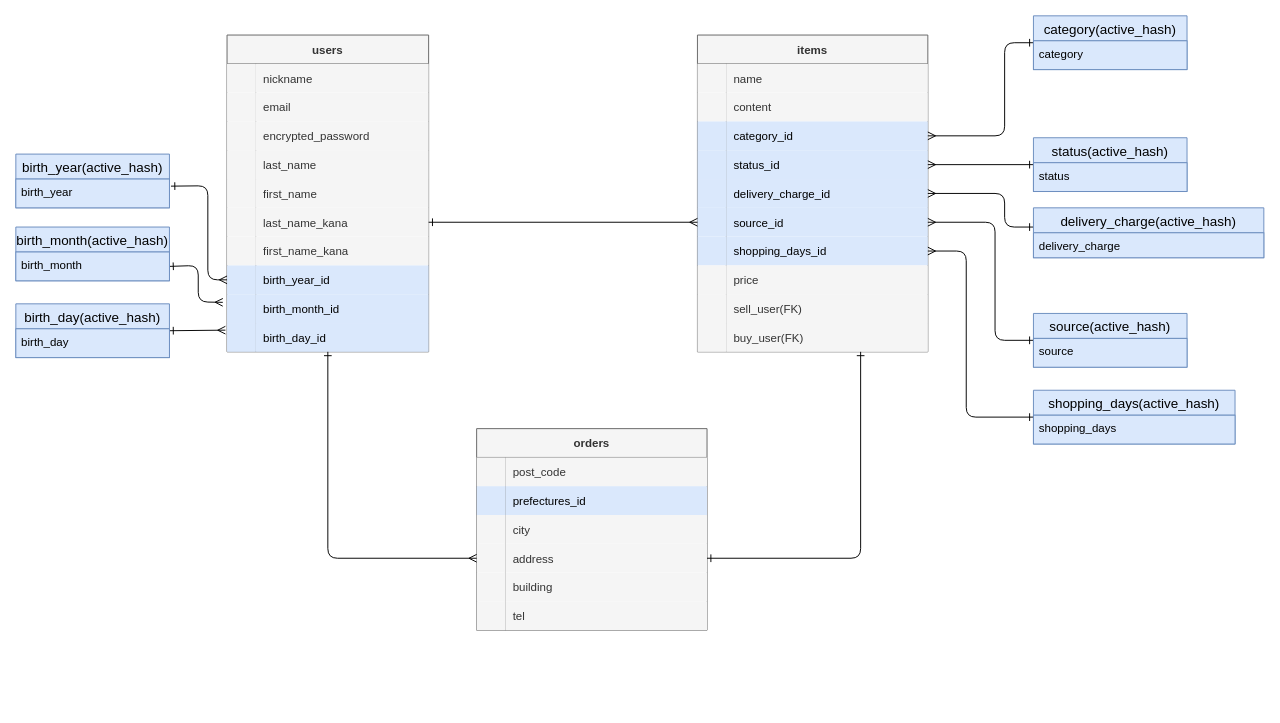
Before: er.dio in kawasaki1207/furima-37425, a draw.io diagram. Source tidied: cells renumbered, new cells numbered last; positions are measured from the earlier drawing's top-left corner, leaving out a move shared by most shapes. Both pictures are drawn from the tidied source at 96%, with x=0, y=0 at pixel (15, 15).
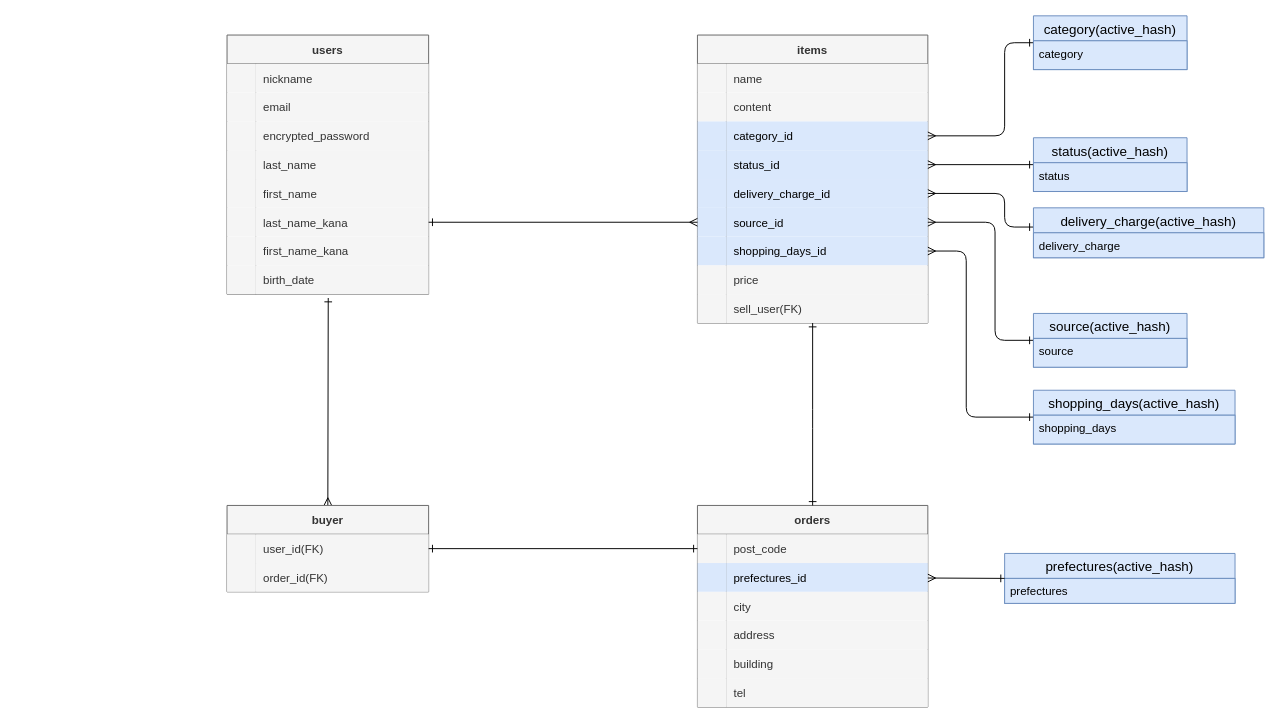
The same page after the edit.

Unchanged cells that the change refers to:
```xml
<mxCell id="24" style="shape=partialRectangle;fillColor=none;top=0;left=0;bottom=0;right=0;points=[[0,0.5],[1,0.5]];portConstraint=eastwest;" parent="2" vertex="1">
  <mxGeometry y="240" width="210" height="30" as="geometry" />
</mxCell>
<mxCell id="65" style="shape=partialRectangle;fillColor=none;top=0;left=0;bottom=0;right=0;points=[[0,0.5],[1,0.5]];portConstraint=eastwest;" parent="64" vertex="1">
  <mxGeometry y="30" width="240" height="30" as="geometry" />
</mxCell>
<mxCell id="68" style="shape=partialRectangle;fillColor=none;top=0;left=0;bottom=0;right=0;points=[[0,0.5],[1,0.5]];portConstraint=eastwest;" parent="64" vertex="1">
  <mxGeometry y="60" width="240" height="30" as="geometry" />
</mxCell>
<mxCell id="74" style="shape=partialRectangle;fillColor=none;top=0;left=0;bottom=0;right=0;points=[[0,0.5],[1,0.5]];portConstraint=eastwest;" parent="64" vertex="1">
  <mxGeometry y="120" width="240" height="30" as="geometry" />
</mxCell>
```

The edit, as a diff of the source:
```diff
@@
     <mxCell id="2" value="users" style="shape=table;startSize=30;childLayout=tableLayout;rowLines=0;fontStyle=1;align=center;fillColor=#f5f5f5;fontColor=#333333;strokeColor=#666666;" parent="1" vertex="1">
-      <mxGeometry x="220" y="20" width="210" height="330" as="geometry" />
+      <mxGeometry x="220" y="20" width="210" height="270" as="geometry" />
     </mxCell>
@@
-    <mxCell id="25" style="shape=partialRectangle;fillColor=#dae8fc;top=0;left=0;bottom=0;right=0;overflow=hidden;strokeColor=#6c8ebf;" parent="24" vertex="1">
+    <mxCell id="25" style="shape=partialRectangle;fillColor=#f5f5f5;top=0;left=0;bottom=0;right=0;overflow=hidden;strokeColor=#666666;fontColor=#333333;" parent="24" vertex="1">
       <mxGeometry width="30" height="30" as="geometry" />
     </mxCell>
-    <mxCell id="26" value="birth_year_id" style="shape=partialRectangle;fillColor=#dae8fc;top=0;left=0;bottom=0;right=0;align=left;spacingLeft=6;overflow=hidden;strokeColor=#6c8ebf;fontColor=#000000;" parent="24" vertex="1">
+    <mxCell id="26" value="birth_date" style="shape=partialRectangle;fillColor=#f5f5f5;top=0;left=0;bottom=0;right=0;align=left;spacingLeft=6;overflow=hidden;strokeColor=#666666;fontColor=#333333;" parent="24" vertex="1">
       <mxGeometry x="30" width="180" height="30" as="geometry" />
     </mxCell>
-    <mxCell id="27" style="shape=partialRectangle;fillColor=none;top=0;left=0;bottom=0;right=0;points=[[0,0.5],[1,0.5]];portConstraint=eastwest;" parent="2" vertex="1">
-      <mxGeometry y="270" width="210" height="30" as="geometry" />
-    </mxCell>
-    <mxCell id="28" style="shape=partialRectangle;fillColor=#dae8fc;top=0;left=0;bottom=0;right=0;overflow=hidden;strokeColor=#6c8ebf;" parent="27" vertex="1">
-      <mxGeometry width="30" height="30" as="geometry" />
-    </mxCell>
-    <mxCell id="29" value="birth_month_id" style="shape=partialRectangle;fillColor=#dae8fc;top=0;left=0;bottom=0;right=0;align=left;spacingLeft=6;overflow=hidden;strokeColor=#6c8ebf;fontColor=#000000;" parent="27" vertex="1">
-      <mxGeometry x="30" width="180" height="30" as="geometry" />
-    </mxCell>
-    <mxCell id="30" style="shape=partialRectangle;fillColor=none;top=0;left=0;bottom=0;right=0;points=[[0,0.5],[1,0.5]];portConstraint=eastwest;" parent="2" vertex="1">
-      <mxGeometry y="300" width="210" height="30" as="geometry" />
-    </mxCell>
-    <mxCell id="31" style="shape=partialRectangle;fillColor=#dae8fc;top=0;left=0;bottom=0;right=0;overflow=hidden;strokeColor=#6c8ebf;" parent="30" vertex="1">
-      <mxGeometry width="30" height="30" as="geometry" />
-    </mxCell>
-    <mxCell id="32" value="birth_day_id" style="shape=partialRectangle;fillColor=#dae8fc;top=0;left=0;bottom=0;right=0;align=left;spacingLeft=6;overflow=hidden;strokeColor=#6c8ebf;fontColor=#000000;" parent="30" vertex="1">
-      <mxGeometry x="30" width="180" height="30" as="geometry" />
-    </mxCell>
     <mxCell id="33" value="items" style="shape=table;startSize=30;childLayout=tableLayout;rowLines=0;fontStyle=1;align=center;fillColor=#f5f5f5;fontColor=#333333;strokeColor=#666666;" parent="1" vertex="1">
-      <mxGeometry x="710" y="20" width="240" height="330" as="geometry" />
+      <mxGeometry x="710" y="20" width="240" height="300" as="geometry" />
     </mxCell>
@@
-    <mxCell id="61" style="shape=partialRectangle;fillColor=none;top=0;left=0;bottom=0;right=0;" parent="33" vertex="1">
-      <mxGeometry y="300" width="240" height="30" as="geometry" />
-    </mxCell>
-    <mxCell id="62" style="shape=partialRectangle;fillColor=#f5f5f5;top=0;left=0;bottom=0;right=0;overflow=hidden;strokeColor=#666666;fontColor=#333333;" parent="61" vertex="1">
-      <mxGeometry width="30" height="30" as="geometry" />
-    </mxCell>
-    <mxCell id="63" value="buy_user(FK)" style="shape=partialRectangle;fillColor=#f5f5f5;top=0;left=0;bottom=0;right=0;align=left;spacingLeft=6;overflow=hidden;strokeColor=#666666;fontColor=#333333;" parent="61" vertex="1">
-      <mxGeometry x="30" width="210" height="30" as="geometry" />
-    </mxCell>
     <mxCell id="64" value="orders" style="shape=table;startSize=30;childLayout=tableLayout;rowLines=0;fontStyle=1;align=center;fillColor=#f5f5f5;fontColor=#333333;strokeColor=#666666;" parent="1" vertex="1">
-      <mxGeometry x="480" y="430" width="240" height="210" as="geometry" />
+      <mxGeometry x="710" y="510" width="240" height="210" as="geometry" />
     </mxCell>
@@
-    <mxCell id="84" style="edgeStyle=none;html=1;exitX=1;exitY=0.5;exitDx=0;exitDy=0;fontColor=#000000;startArrow=ERone;startFill=0;endArrow=ERone;endFill=0;" parent="1" edge="1" source="74">
+    <mxCell id="84" style="edgeStyle=none;html=1;exitX=0.5;exitY=0;exitDx=0;exitDy=0;fontColor=#000000;startArrow=ERone;startFill=0;endArrow=ERone;endFill=0;" parent="1" edge="1" source="64">
       <mxGeometry relative="1" as="geometry">
-        <mxPoint x="880" y="350" as="targetPoint" />
+        <mxPoint x="830" y="320" as="targetPoint" />
         <Array as="points">
-          <mxPoint x="880" y="565" />
+          <mxPoint x="830" y="420" />
         </Array>
       </mxGeometry>
     </mxCell>
-    <mxCell id="85" style="edgeStyle=none;html=1;exitX=0;exitY=0.5;exitDx=0;exitDy=0;fontColor=#000000;startArrow=ERmany;startFill=0;endArrow=ERone;endFill=0;" parent="1" edge="1" source="74">
-      <mxGeometry relative="1" as="geometry">
-        <mxPoint x="325" y="350" as="targetPoint" />
-        <Array as="points">
-          <mxPoint x="325" y="565" />
-        </Array>
-      </mxGeometry>
-    </mxCell>
@@
-    <mxCell id="101" style="edgeStyle=none;html=1;entryX=0;entryY=0.5;entryDx=0;entryDy=0;fontColor=#000000;startArrow=ERone;startFill=0;endArrow=ERmany;endFill=0;exitX=1.01;exitY=0.247;exitDx=0;exitDy=0;exitPerimeter=0;" parent="1" edge="1" source="103" target="24">
-      <mxGeometry relative="1" as="geometry">
-        <Array as="points">
-          <mxPoint x="200" y="177" />
-          <mxPoint x="200" y="275" />
-        </Array>
-      </mxGeometry>
+    <mxCell id="101" value="prefectures(active_hash)" style="swimlane;fontStyle=0;horizontal=1;startSize=26;align=center;fontSize=14;fillColor=#dae8fc;strokeColor=#6c8ebf;fontColor=#000000;" parent="1" vertex="1">
+      <mxGeometry x="1030" y="560" width="240" height="52" as="geometry" />
     </mxCell>
-    <mxCell id="102" value="birth_year(active_hash)" style="swimlane;fontStyle=0;horizontal=1;startSize=26;align=center;fontSize=14;fillColor=#dae8fc;strokeColor=#6c8ebf;fontColor=#000000;" parent="1" vertex="1">
-      <mxGeometry y="144" width="160" height="56" as="geometry" />
-    </mxCell>
-    <mxCell id="103" value="birth_year" style="text;strokeColor=#6c8ebf;fillColor=#dae8fc;spacingLeft=4;spacingRight=4;overflow=hidden;points=[[0,0.5],[1,0.5]];portConstraint=eastwest;fontSize=12;fontColor=#000000;" parent="102" vertex="1">
-      <mxGeometry y="26" width="160" height="30" as="geometry" />
-    </mxCell>
-    <mxCell id="104" style="edgeStyle=none;html=1;entryX=-0.021;entryY=0.281;entryDx=0;entryDy=0;entryPerimeter=0;fontColor=#000000;startArrow=ERone;startFill=0;endArrow=ERmany;endFill=0;exitX=1;exitY=0.5;exitDx=0;exitDy=0;" parent="1" edge="1" source="106" target="27">
-      <mxGeometry relative="1" as="geometry">
-        <Array as="points">
-          <mxPoint x="190" y="260" />
-          <mxPoint x="190" y="298" />
-        </Array>
-      </mxGeometry>
-    </mxCell>
-    <mxCell id="105" value="birth_month(active_hash)" style="swimlane;fontStyle=0;horizontal=1;startSize=26;align=center;fontSize=14;fillColor=#dae8fc;strokeColor=#6c8ebf;fontColor=#000000;" parent="1" vertex="1">
-      <mxGeometry y="220" width="160" height="56" as="geometry" />
-    </mxCell>
-    <mxCell id="106" value="birth_month" style="text;strokeColor=#6c8ebf;fillColor=#dae8fc;spacingLeft=4;spacingRight=4;overflow=hidden;points=[[0,0.5],[1,0.5]];portConstraint=eastwest;fontSize=12;fontColor=#000000;" parent="105" vertex="1">
-      <mxGeometry y="26" width="160" height="30" as="geometry" />
-    </mxCell>
-    <mxCell id="107" style="edgeStyle=none;html=1;exitX=1;exitY=0.5;exitDx=0;exitDy=0;entryX=-0.008;entryY=0.247;entryDx=0;entryDy=0;entryPerimeter=0;fontColor=#000000;startArrow=ERone;startFill=0;endArrow=ERmany;endFill=0;" parent="1" edge="1" source="108" target="30">
-      <mxGeometry relative="1" as="geometry" />
-    </mxCell>
-    <mxCell id="108" value="birth_day(active_hash)" style="swimlane;fontStyle=0;horizontal=1;startSize=26;align=center;fontSize=14;fillColor=#dae8fc;strokeColor=#6c8ebf;fontColor=#000000;" parent="1" vertex="1">
-      <mxGeometry y="300" width="160" height="56" as="geometry" />
-    </mxCell>
-    <mxCell id="109" value="birth_day" style="text;strokeColor=#6c8ebf;fillColor=#dae8fc;spacingLeft=4;spacingRight=4;overflow=hidden;fontSize=12;fontColor=#000000;" parent="108" vertex="1">
-      <mxGeometry y="26" width="160" height="30" as="geometry" />
-    </mxCell>
+    <mxCell id="110" value="prefectures" style="text;strokeColor=#6c8ebf;fillColor=#dae8fc;spacingLeft=4;spacingRight=4;overflow=hidden;fontSize=12;fontColor=#000000;" parent="101" vertex="1">
+      <mxGeometry y="26" width="240" height="26" as="geometry" />
+    </mxCell>
+    <mxCell id="111" style="edgeStyle=none;html=1;entryX=0;entryY=0.5;entryDx=0;entryDy=0;startArrow=ERmany;startFill=0;endArrow=ERone;endFill=0;" parent="1" edge="1" source="68" target="101">
+      <mxGeometry relative="1" as="geometry" />
+    </mxCell>
+    <mxCell id="112" style="edgeStyle=none;html=1;exitX=0.5;exitY=0;exitDx=0;exitDy=0;entryX=0.502;entryY=1.131;entryDx=0;entryDy=0;entryPerimeter=0;startArrow=ERmany;startFill=0;endArrow=ERone;endFill=0;" parent="1" edge="1" source="113" target="24">
+      <mxGeometry relative="1" as="geometry" />
+    </mxCell>
+    <mxCell id="113" value="buyer" style="shape=table;startSize=30;childLayout=tableLayout;rowLines=0;fontStyle=1;align=center;fillColor=#f5f5f5;fontColor=#333333;strokeColor=#666666;" parent="1" vertex="1">
+      <mxGeometry x="220" y="510" width="210" height="90" as="geometry" />
+    </mxCell>
+    <mxCell id="114" style="shape=partialRectangle;fillColor=none;top=0;left=0;bottom=0;right=0;points=[[0,0.5],[1,0.5]];portConstraint=eastwest;" parent="113" vertex="1">
+      <mxGeometry y="30" width="210" height="30" as="geometry" />
+    </mxCell>
+    <mxCell id="115" style="shape=partialRectangle;fillColor=#f5f5f5;top=0;left=0;bottom=0;right=0;overflow=hidden;fontColor=#333333;strokeColor=#666666;" parent="114" vertex="1">
+      <mxGeometry width="30" height="30" as="geometry" />
+    </mxCell>
+    <mxCell id="116" value="user_id(FK)" style="shape=partialRectangle;fillColor=#f5f5f5;top=0;left=0;bottom=0;right=0;align=left;spacingLeft=6;overflow=hidden;fontColor=#333333;strokeColor=#666666;" parent="114" vertex="1">
+      <mxGeometry x="30" width="180" height="30" as="geometry" />
+    </mxCell>
+    <mxCell id="117" style="shape=partialRectangle;fillColor=none;top=0;left=0;bottom=0;right=0;" parent="113" vertex="1">
+      <mxGeometry y="60" width="210" height="30" as="geometry" />
+    </mxCell>
+    <mxCell id="118" style="shape=partialRectangle;fillColor=#f5f5f5;top=0;left=0;bottom=0;right=0;overflow=hidden;fontColor=#333333;strokeColor=#666666;" parent="117" vertex="1">
+      <mxGeometry width="30" height="30" as="geometry" />
+    </mxCell>
+    <mxCell id="119" value="order_id(FK)" style="shape=partialRectangle;fillColor=#f5f5f5;top=0;left=0;bottom=0;right=0;align=left;spacingLeft=6;overflow=hidden;fontColor=#333333;strokeColor=#666666;" parent="117" vertex="1">
+      <mxGeometry x="30" width="180" height="30" as="geometry" />
+    </mxCell>
+    <mxCell id="120" style="edgeStyle=none;html=1;exitX=1;exitY=0.5;exitDx=0;exitDy=0;entryX=0;entryY=0.5;entryDx=0;entryDy=0;startArrow=ERone;startFill=0;endArrow=ERone;endFill=0;" parent="1" edge="1" source="114" target="65">
+      <mxGeometry relative="1" as="geometry" />
+    </mxCell>
```
